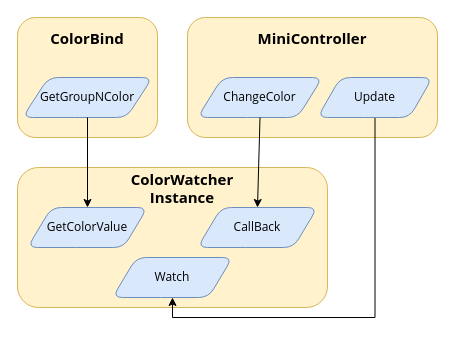
dr-jam/ObserverExercise keeps this draw.io diagram as Watcher.drawio. Above is the earlier version. Source tidied: cells renumbered, new cells numbered last; positions are measured from the earlier drawing's top-left corner, leaving out a move shared by most shapes. Both pictures are drawn from the tidied source at 100%, with x=0, y=0 at pixel (17, 17).
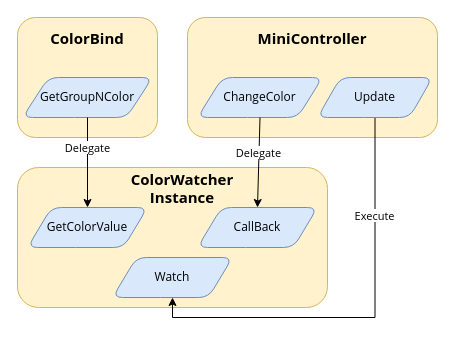
After the change.

The edit, as a diff of the source:
```diff
@@
 <mxGraphModel>
   <root>
     <mxCell id="0" />
     <mxCell id="1" parent="0" />
     <mxCell id="2" style="rounded=1;whiteSpace=wrap;html=1;fillColor=#fff2cc;strokeColor=#d6b656;fontFamily=Open Sans;" parent="1" vertex="1">
       <mxGeometry x="170" width="250" height="120" as="geometry" />
     </mxCell>
     <mxCell id="3" style="rounded=1;whiteSpace=wrap;html=1;fillColor=#fff2cc;strokeColor=#d6b656;fontFamily=Open Sans;" parent="1" vertex="1">
       <mxGeometry width="140" height="120" as="geometry" />
     </mxCell>
     <mxCell id="4" style="rounded=1;whiteSpace=wrap;html=1;fillColor=#fff2cc;strokeColor=#d6b656;fontFamily=Open Sans;" parent="1" vertex="1">
       <mxGeometry y="150" width="310" height="140" as="geometry" />
     </mxCell>
     <mxCell id="5" value="GetColorValue" style="shape=parallelogram;perimeter=parallelogramPerimeter;whiteSpace=wrap;html=1;fillColor=#dae8fc;strokeColor=#6c8ebf;rounded=1;fontFamily=Open Sans;" parent="1" vertex="1">
       <mxGeometry x="10" y="190" width="120" height="40" as="geometry" />
     </mxCell>
     <mxCell id="6" value="CallBack" style="shape=parallelogram;perimeter=parallelogramPerimeter;whiteSpace=wrap;html=1;fillColor=#dae8fc;strokeColor=#6c8ebf;gradientColor=none;shadow=0;rounded=1;fontFamily=Open Sans;" parent="1" vertex="1">
       <mxGeometry x="180" y="190" width="120" height="40" as="geometry" />
     </mxCell>
     <mxCell id="7" value="GetGroupNColor" style="shape=parallelogram;perimeter=parallelogramPerimeter;whiteSpace=wrap;html=1;fillColor=#dae8fc;strokeColor=#6c8ebf;rounded=1;comic=0;fontFamily=Open Sans;" parent="1" vertex="1">
       <mxGeometry x="5" y="60" width="130" height="40" as="geometry" />
     </mxCell>
     <mxCell id="8" value="ChangeColor" style="shape=parallelogram;perimeter=parallelogramPerimeter;whiteSpace=wrap;html=1;fillColor=#dae8fc;strokeColor=#6c8ebf;rounded=1;comic=0;shadow=0;fontFamily=Open Sans;" parent="1" vertex="1">
       <mxGeometry x="180" y="60" width="125" height="40" as="geometry" />
     </mxCell>
-    <mxCell id="9" style="endArrow=classic;html=1;exitX=0.5;exitY=1;exitDx=0;exitDy=0;entryX=0.5;entryY=0;entryDx=0;entryDy=0;fontFamily=Open Sans;" parent="1" edge="1" source="7" target="5">
-      <mxGeometry relative="1" as="geometry" />
+    <mxCell id="9" value="Delegate" style="endArrow=classic;html=1;exitX=0.5;exitY=1;exitDx=0;exitDy=0;entryX=0.5;entryY=0;entryDx=0;entryDy=0;fontFamily=Open Sans;" parent="1" edge="1" source="7" target="5">
+      <mxGeometry x="-0.33" relative="1" as="geometry" />
     </mxCell>
     <mxCell id="10" style="endArrow=classic;html=1;exitX=0.5;exitY=1;exitDx=0;exitDy=0;entryX=0.5;entryY=0;entryDx=0;entryDy=0;fontFamily=Open Sans;" parent="1" edge="1" source="8" target="6">
       <mxGeometry relative="1" as="geometry" />
     </mxCell>
+    <mxCell id="18" value="Delegate" style="text;html=1;align=center;verticalAlign=middle;labelBackgroundColor=#ffffff;fontSize=11;fontFamily=Open Sans;" parent="10" vertex="1">
+      <mxGeometry x="-0.22" y="-1" relative="1" as="geometry" />
+    </mxCell>
     <mxCell id="11" value="Watch" style="shape=parallelogram;perimeter=parallelogramPerimeter;whiteSpace=wrap;html=1;fillColor=#dae8fc;strokeColor=#6c8ebf;gradientColor=none;shadow=0;rounded=1;fontFamily=Open Sans;" parent="1" vertex="1">
       <mxGeometry x="95" y="240" width="120" height="40" as="geometry" />
     </mxCell>
     <mxCell id="12" value="ColorWatcher Instance" style="text;html=1;strokeColor=none;fillColor=none;align=center;verticalAlign=middle;whiteSpace=wrap;rounded=0;shadow=0;comic=0;fontFamily=Open Sans;fontSize=15;fontStyle=1;" parent="1" vertex="1">
       <mxGeometry x="145" y="160" width="40" height="20" as="geometry" />
     </mxCell>
     <mxCell id="13" style="edgeStyle=orthogonalEdgeStyle;rounded=0;orthogonalLoop=1;jettySize=auto;html=1;exitX=0.5;exitY=1;exitDx=0;exitDy=0;fontFamily=Open Sans;" parent="1" edge="1" source="5" target="5">
       <mxGeometry relative="1" as="geometry" />
     </mxCell>
     <mxCell id="14" value="ColorBind" style="text;html=1;strokeColor=none;fillColor=none;align=center;verticalAlign=middle;whiteSpace=wrap;rounded=0;shadow=0;comic=0;fontFamily=Open Sans;fontSize=15;fontStyle=1;" parent="1" vertex="1">
       <mxGeometry x="50" y="10" width="40" height="20" as="geometry" />
     </mxCell>
     <mxCell id="15" value="MiniController" style="text;html=1;strokeColor=none;fillColor=none;align=center;verticalAlign=middle;whiteSpace=wrap;rounded=0;shadow=0;comic=0;fontFamily=Open Sans;fontSize=15;fontStyle=1;" parent="1" vertex="1">
       <mxGeometry x="275" y="10" width="40" height="20" as="geometry" />
     </mxCell>
     <mxCell id="16" style="edgeStyle=orthogonalEdgeStyle;rounded=0;jettySize=auto;html=1;exitX=0.5;exitY=1;exitDx=0;exitDy=0;entryX=0.5;entryY=1;entryDx=0;entryDy=0;fontFamily=Open Sans;fontSize=15;" parent="1" edge="1" source="17" target="11">
       <mxGeometry relative="1" as="geometry" />
     </mxCell>
+    <mxCell id="19" value="Execute" style="text;html=1;align=center;verticalAlign=middle;labelBackgroundColor=#ffffff;fontSize=11;fontFamily=Open Sans;" parent="16" vertex="1">
+      <mxGeometry x="-0.54" y="-1" relative="1" as="geometry" />
+    </mxCell>
     <mxCell id="17" value="Update" style="shape=parallelogram;perimeter=parallelogramPerimeter;whiteSpace=wrap;html=1;fillColor=#dae8fc;strokeColor=#6c8ebf;rounded=1;comic=0;shadow=0;fontFamily=Open Sans;" parent="1" vertex="1">
       <mxGeometry x="300" y="60" width="115" height="40" as="geometry" />
     </mxCell>
   </root>
 </mxGraphModel>
```
